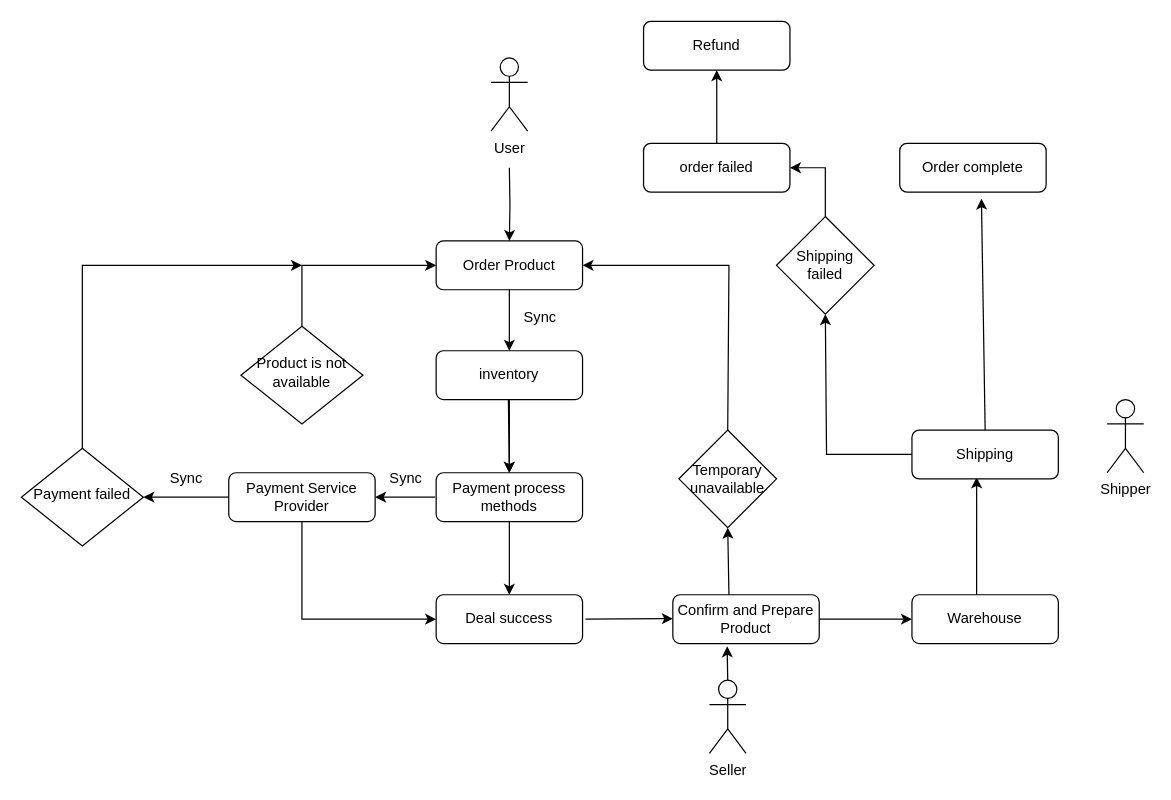
Above: Untitled Diagram.drawio in fandyPham/build (draw.io), before the change. Source tidied: cells renumbered, new cells numbered last; positions are measured from the earlier drawing's top-left corner, leaving out a move shared by most shapes. Both pictures are drawn from the tidied source at 122%, with x=0, y=0 at pixel (21, 21).
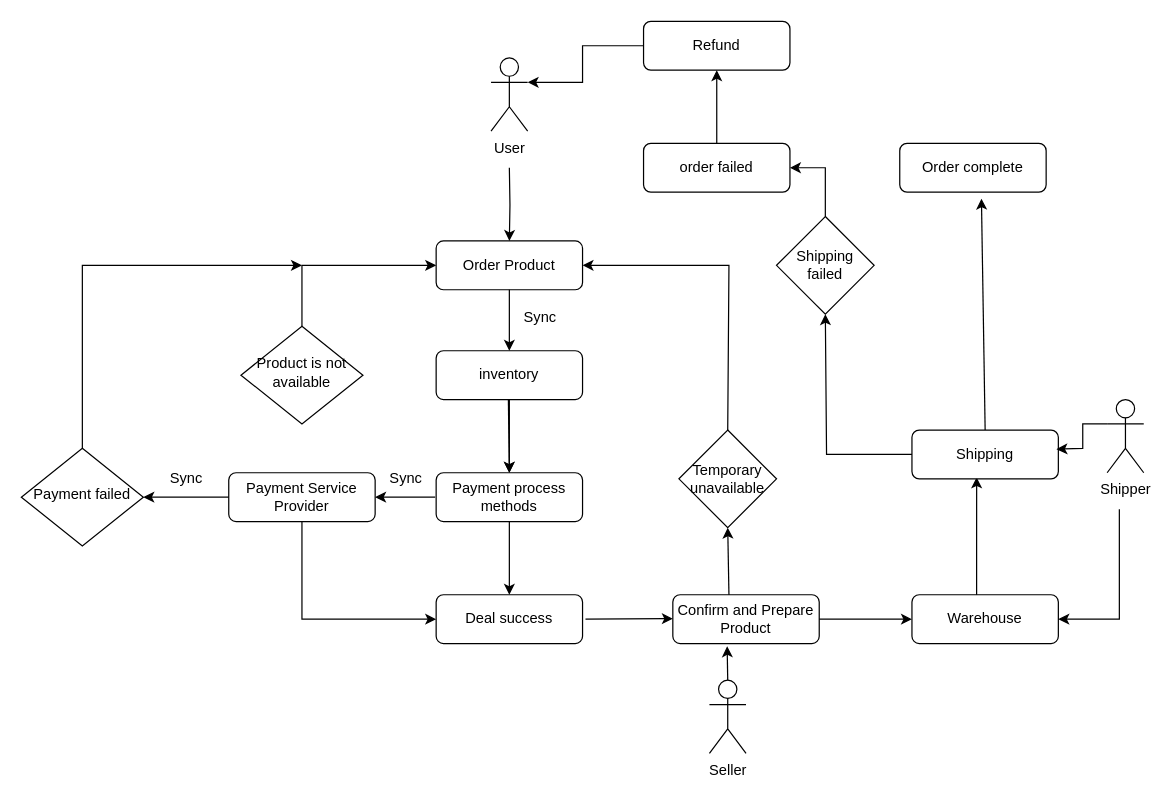
Above is the later version.

Unchanged cells that the change refers to:
```xml
<mxCell id="9" value="User" style="shape=umlActor;verticalLabelPosition=bottom;verticalAlign=top;html=1;outlineConnect=0;" parent="1" vertex="1">
  <mxGeometry x="385" y="30" width="30" height="60" as="geometry" />
</mxCell>
<mxCell id="28" value="Warehouse" style="rounded=1;whiteSpace=wrap;html=1;fontSize=12;glass=0;strokeWidth=1;shadow=0;" parent="1" vertex="1">
  <mxGeometry x="730" y="470" width="120" height="40" as="geometry" />
</mxCell>
<mxCell id="29" value="Shipp&lt;span style=&quot;background-color: initial;&quot;&gt;er&lt;/span&gt;" style="shape=umlActor;verticalLabelPosition=bottom;verticalAlign=top;html=1;outlineConnect=0;" parent="1" vertex="1">
  <mxGeometry x="890" y="310" width="30" height="60" as="geometry" />
</mxCell>
<mxCell id="35" value="Shipping" style="rounded=1;whiteSpace=wrap;html=1;fontSize=12;glass=0;strokeWidth=1;shadow=0;" parent="1" vertex="1">
  <mxGeometry x="730" y="335" width="120" height="40" as="geometry" />
</mxCell>
<mxCell id="42" value="Refund" style="rounded=1;whiteSpace=wrap;html=1;fontSize=12;glass=0;strokeWidth=1;shadow=0;" parent="1" vertex="1">
  <mxGeometry x="510" width="120" height="40" as="geometry" />
</mxCell>
```

Change to the diagram source:
```diff
@@
+    <mxCell id="44" style="endArrow=classic;html=1;rounded=0;exitX=0;exitY=0.5;exitDx=0;exitDy=0;entryX=1;entryY=0.3333333333333333;entryDx=0;entryDy=0;entryPerimeter=0;" parent="1" edge="1" source="42" target="9">
+      <mxGeometry relative="1" as="geometry">
+        <Array as="points">
+          <mxPoint x="460" y="20" />
+          <mxPoint x="460" y="50" />
+        </Array>
+      </mxGeometry>
+    </mxCell>
+    <mxCell id="45" style="endArrow=classic;html=1;rounded=0;exitX=0;exitY=0.3333333333333333;exitDx=0;exitDy=0;exitPerimeter=0;entryX=0.987;entryY=0.392;entryDx=0;entryDy=0;entryPerimeter=0;" parent="1" edge="1" source="29" target="35">
+      <mxGeometry relative="1" as="geometry">
+        <Array as="points">
+          <mxPoint x="870" y="330" />
+          <mxPoint x="870" y="350" />
+        </Array>
+      </mxGeometry>
+    </mxCell>
+    <mxCell id="46" style="endArrow=classic;html=1;rounded=0;entryX=1;entryY=0.5;entryDx=0;entryDy=0;" parent="1" edge="1" target="28">
+      <mxGeometry relative="1" as="geometry">
+        <mxPoint x="900" y="400" as="sourcePoint" />
+        <Array as="points">
+          <mxPoint x="900" y="490" />
+        </Array>
+      </mxGeometry>
+    </mxCell>
```
